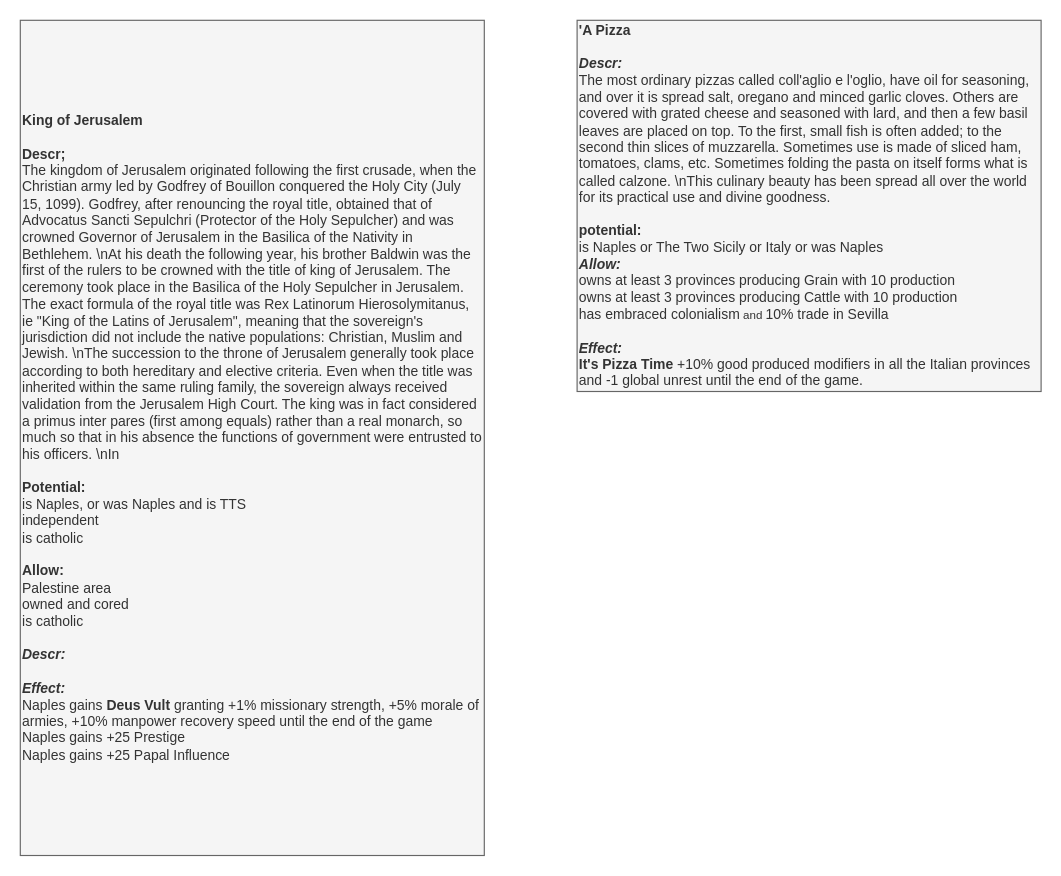
Earlier version of the draw.io diagram page "Decision" (4 of 5) of It's Pizza and Cannoli Time/It's Pizza and Cannoli Time.drawio (Melvasul/Missions-Expanded). Source tidied: cells renumbered, new cells numbered last; positions are measured from the earlier drawing's top-left corner, leaving out a move shared by most shapes. Both pictures are drawn from the tidied source at 116%, with x=0, y=0 at pixel (20, 20).
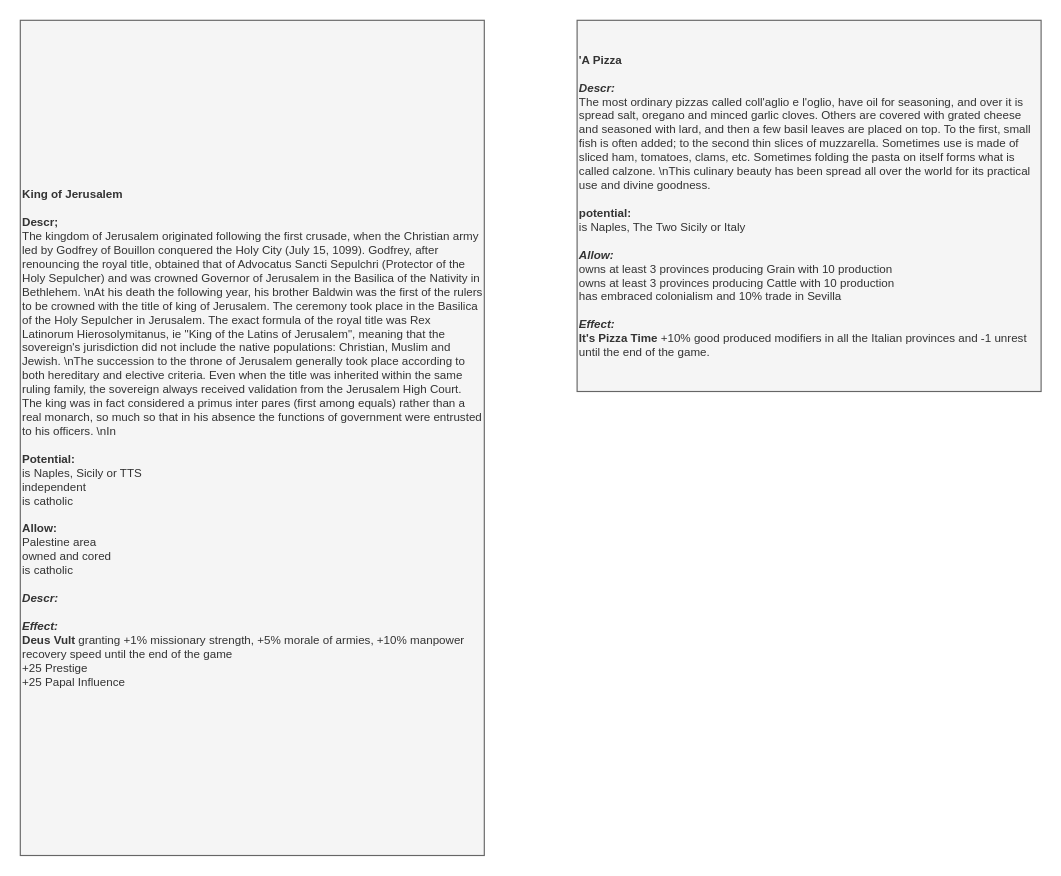
The same diagram, later.

Diff of the diagram source:
```diff
@@
 <mxGraphModel>
   <root>
     <mxCell id="0" />
     <mxCell id="1" parent="0" />
-    <mxCell id="2" value="&lt;div style=&quot;font-size: 12px&quot;&gt;&lt;b style=&quot;font-size: 12px&quot;&gt;King of Jerusalem&lt;/b&gt;&lt;/div&gt;&lt;div style=&quot;font-size: 12px&quot;&gt;&lt;b style=&quot;font-size: 12px&quot;&gt;&lt;br&gt;&lt;/b&gt;&lt;/div&gt;&lt;div style=&quot;font-size: 12px&quot;&gt;&lt;b style=&quot;font-size: 12px&quot;&gt;Descr;&lt;/b&gt;&lt;/div&gt;&lt;div style=&quot;font-size: 12px&quot;&gt;&lt;span class=&quot;tlid-translation translation&quot; lang=&quot;en&quot;&gt;The kingdom of Jerusalem originated following the first crusade, when the Christian army led by Godfrey of Bouillon conquered the Holy City (July 15, 1099). Godfrey, after renouncing the royal title, obtained that of Advocatus Sancti Sepulchri (Protector of the Holy Sepulcher) and was crowned Governor of Jerusalem in the Basilica of the Nativity in Bethlehem. \nAt his death the following year, his brother Baldwin was the first of the rulers to be crowned with the title of king of Jerusalem. The ceremony took place in the Basilica of the Holy Sepulcher in Jerusalem. The exact formula of the royal title was Rex Latinorum Hierosolymitanus, ie &quot;King of the Latins of Jerusalem&quot;, meaning that the sovereign's jurisdiction did not include the native populations: Christian, Muslim and Jewish. \nThe succession to the throne of Jerusalem generally took place according to both hereditary and elective criteria. Even when the title was inherited within the same ruling family, the sovereign always received validation from the Jerusalem High Court. The king was in fact considered a primus inter pares (first among equals) rather than a real monarch, so much so that in his absence the functions of government were entrusted to his officers. \nIn&amp;nbsp;&lt;/span&gt;&lt;b style=&quot;font-size: 12px&quot;&gt;&lt;i style=&quot;font-size: 12px&quot;&gt;&lt;br&gt;&lt;/i&gt;&lt;/b&gt;&lt;/div&gt;&lt;div style=&quot;font-size: 12px&quot;&gt;&lt;span class=&quot;tlid-translation translation&quot; lang=&quot;en&quot;&gt;&lt;br&gt;&lt;/span&gt;&lt;/div&gt;&lt;div style=&quot;font-size: 12px&quot;&gt;&lt;b style=&quot;font-size: 12px&quot;&gt;&lt;span style=&quot;font-size: 12px&quot;&gt;Potential:&lt;/span&gt;&lt;/b&gt;&lt;/div&gt;&lt;div style=&quot;font-size: 12px&quot;&gt;is Naples, or was Naples and is TTS&lt;/div&gt;&lt;div style=&quot;font-size: 12px&quot;&gt;independent&lt;/div&gt;&lt;div style=&quot;font-size: 12px&quot;&gt;is catholic&lt;/div&gt;&lt;div style=&quot;font-size: 12px&quot;&gt;&lt;br&gt;&lt;/div&gt;&lt;div style=&quot;font-size: 12px&quot;&gt;&lt;b style=&quot;font-size: 12px&quot;&gt;&lt;span style=&quot;font-size: 12px&quot;&gt;&lt;span style=&quot;font-size: 12px&quot;&gt;Allow:&lt;/span&gt;&lt;br style=&quot;font-size: 12px&quot;&gt;&lt;/span&gt;&lt;/b&gt;&lt;/div&gt;&lt;div style=&quot;font-size: 12px&quot;&gt;&lt;span&gt;Palestine area&lt;/span&gt;&lt;br&gt;&lt;/div&gt;&lt;div style=&quot;font-size: 12px&quot;&gt;&lt;span&gt;owned and cored&lt;/span&gt;&lt;/div&gt;&lt;div style=&quot;font-size: 12px&quot;&gt;&lt;span&gt;is catholic&lt;/span&gt;&lt;/div&gt;&lt;div style=&quot;font-size: 12px&quot;&gt;&lt;font style=&quot;font-size: 12px&quot;&gt;&lt;br&gt;&lt;/font&gt;&lt;/div&gt;&lt;div style=&quot;font-size: 12px&quot;&gt;&lt;i style=&quot;font-weight: 700&quot;&gt;Descr:&lt;/i&gt;&lt;br&gt;&lt;/div&gt;&lt;div style=&quot;font-size: 12px&quot;&gt;&lt;font style=&quot;font-size: 12px&quot;&gt;&lt;i style=&quot;font-weight: 700&quot;&gt;&lt;br&gt;&lt;/i&gt;&lt;/font&gt;&lt;/div&gt;&lt;div style=&quot;font-size: 12px&quot;&gt;&lt;font style=&quot;font-size: 12px&quot;&gt;&lt;b style=&quot;font-size: 12px&quot;&gt;&lt;i style=&quot;font-size: 12px&quot;&gt;Effect:&lt;/i&gt;&lt;/b&gt;&lt;/font&gt;&lt;/div&gt;&lt;div style=&quot;font-size: 12px&quot;&gt;Naples gains &lt;b&gt;Deus Vult&lt;/b&gt;&amp;nbsp;granting +1% missionary strength, +5% morale of armies, +10% manpower recovery speed until the end of the game&lt;/div&gt;&lt;div style=&quot;font-size: 12px&quot;&gt;Naples gains +25 Prestige&lt;/div&gt;&lt;div style=&quot;font-size: 12px&quot;&gt;Naples gains +25 Papal Influence&lt;/div&gt;" style="rounded=0;whiteSpace=wrap;html=1;align=left;fontSize=12;fillColor=#f5f5f5;strokeColor=#666666;fontColor=#333333;" parent="1" vertex="1">
+    <mxCell id="2" value="&lt;div style=&quot;font-size: 10px;&quot;&gt;&lt;b style=&quot;font-size: 10px;&quot;&gt;King of Jerusalem&lt;/b&gt;&lt;/div&gt;&lt;div style=&quot;font-size: 10px;&quot;&gt;&lt;b style=&quot;font-size: 10px;&quot;&gt;&lt;br style=&quot;font-size: 10px;&quot;&gt;&lt;/b&gt;&lt;/div&gt;&lt;div style=&quot;font-size: 10px;&quot;&gt;&lt;b style=&quot;font-size: 10px;&quot;&gt;Descr;&lt;/b&gt;&lt;/div&gt;&lt;div style=&quot;font-size: 10px;&quot;&gt;&lt;span class=&quot;tlid-translation translation&quot; lang=&quot;en&quot; style=&quot;font-size: 10px;&quot;&gt;The kingdom of Jerusalem originated following the first crusade, when the Christian army led by Godfrey of Bouillon conquered the Holy City (July 15, 1099). Godfrey, after renouncing the royal title, obtained that of Advocatus Sancti Sepulchri (Protector of the Holy Sepulcher) and was crowned Governor of Jerusalem in the Basilica of the Nativity in Bethlehem. \nAt his death the following year, his brother Baldwin was the first of the rulers to be crowned with the title of king of Jerusalem. The ceremony took place in the Basilica of the Holy Sepulcher in Jerusalem. The exact formula of the royal title was Rex Latinorum Hierosolymitanus, ie &quot;King of the Latins of Jerusalem&quot;, meaning that the sovereign's jurisdiction did not include the native populations: Christian, Muslim and Jewish. \nThe succession to the throne of Jerusalem generally took place according to both hereditary and elective criteria. Even when the title was inherited within the same ruling family, the sovereign always received validation from the Jerusalem High Court. The king was in fact considered a primus inter pares (first among equals) rather than a real monarch, so much so that in his absence the functions of government were entrusted to his officers. \nIn&amp;nbsp;&lt;/span&gt;&lt;b style=&quot;font-size: 10px;&quot;&gt;&lt;i style=&quot;font-size: 10px;&quot;&gt;&lt;br style=&quot;font-size: 10px;&quot;&gt;&lt;/i&gt;&lt;/b&gt;&lt;/div&gt;&lt;div style=&quot;font-size: 10px;&quot;&gt;&lt;span class=&quot;tlid-translation translation&quot; lang=&quot;en&quot; style=&quot;font-size: 10px;&quot;&gt;&lt;br style=&quot;font-size: 10px;&quot;&gt;&lt;/span&gt;&lt;/div&gt;&lt;div style=&quot;font-size: 10px;&quot;&gt;&lt;b style=&quot;font-size: 10px;&quot;&gt;&lt;span style=&quot;font-size: 10px;&quot;&gt;Potential:&lt;/span&gt;&lt;/b&gt;&lt;/div&gt;&lt;div style=&quot;font-size: 10px;&quot;&gt;is Naples, Sicily or TTS&lt;/div&gt;&lt;div style=&quot;font-size: 10px;&quot;&gt;independent&lt;/div&gt;&lt;div style=&quot;font-size: 10px;&quot;&gt;is catholic&lt;/div&gt;&lt;div style=&quot;font-size: 10px;&quot;&gt;&lt;br style=&quot;font-size: 10px;&quot;&gt;&lt;/div&gt;&lt;div style=&quot;font-size: 10px;&quot;&gt;&lt;b style=&quot;font-size: 10px;&quot;&gt;&lt;span style=&quot;font-size: 10px;&quot;&gt;&lt;span style=&quot;font-size: 10px;&quot;&gt;Allow:&lt;/span&gt;&lt;br style=&quot;font-size: 10px;&quot;&gt;&lt;/span&gt;&lt;/b&gt;&lt;/div&gt;&lt;div style=&quot;font-size: 10px;&quot;&gt;&lt;span style=&quot;font-size: 10px;&quot;&gt;Palestine area&lt;/span&gt;&lt;br style=&quot;font-size: 10px;&quot;&gt;&lt;/div&gt;&lt;div style=&quot;font-size: 10px;&quot;&gt;&lt;span style=&quot;font-size: 10px;&quot;&gt;owned and cored&lt;/span&gt;&lt;/div&gt;&lt;div style=&quot;font-size: 10px;&quot;&gt;&lt;span style=&quot;font-size: 10px;&quot;&gt;is catholic&lt;/span&gt;&lt;/div&gt;&lt;div style=&quot;font-size: 10px;&quot;&gt;&lt;font style=&quot;font-size: 10px;&quot;&gt;&lt;br style=&quot;font-size: 10px;&quot;&gt;&lt;/font&gt;&lt;/div&gt;&lt;div style=&quot;font-size: 10px;&quot;&gt;&lt;i style=&quot;font-weight: 700; font-size: 10px;&quot;&gt;Descr:&lt;/i&gt;&lt;br style=&quot;font-size: 10px;&quot;&gt;&lt;/div&gt;&lt;div style=&quot;font-size: 10px;&quot;&gt;&lt;font style=&quot;font-size: 10px;&quot;&gt;&lt;i style=&quot;font-weight: 700; font-size: 10px;&quot;&gt;&lt;br style=&quot;font-size: 10px;&quot;&gt;&lt;/i&gt;&lt;/font&gt;&lt;/div&gt;&lt;div style=&quot;font-size: 10px;&quot;&gt;&lt;font style=&quot;font-size: 10px;&quot;&gt;&lt;b style=&quot;font-size: 10px;&quot;&gt;&lt;i style=&quot;font-size: 10px;&quot;&gt;Effect:&lt;/i&gt;&lt;/b&gt;&lt;/font&gt;&lt;/div&gt;&lt;div style=&quot;font-size: 10px;&quot;&gt;&lt;b style=&quot;font-size: 10px;&quot;&gt;Deus Vult&lt;/b&gt;&amp;nbsp;granting +1% missionary strength, +5% morale of armies, +10% manpower recovery speed until the end of the game&lt;/div&gt;&lt;div style=&quot;font-size: 10px;&quot;&gt;+25 Prestige&lt;/div&gt;&lt;div style=&quot;font-size: 10px;&quot;&gt;+25 Papal Influence&lt;/div&gt;" style="rounded=0;whiteSpace=wrap;html=1;align=left;fontSize=10;fillColor=#f5f5f5;strokeColor=#666666;fontColor=#333333;" parent="1" vertex="1">
       <mxGeometry width="400" height="720" as="geometry" />
     </mxCell>
-    <mxCell id="3" value="&lt;div align=&quot;left&quot;&gt;&lt;b&gt;'A Pizza&lt;/b&gt;&lt;br&gt;&lt;/div&gt;&lt;div style=&quot;font-size: 12px&quot; align=&quot;left&quot;&gt;&lt;b&gt;&lt;br&gt;&lt;/b&gt;&lt;/div&gt;&lt;div style=&quot;font-size: 12px&quot; align=&quot;left&quot;&gt;&lt;font style=&quot;font-size: 12px&quot;&gt;&lt;span style=&quot;font-size: 12px&quot;&gt;&lt;font style=&quot;font-size: 12px&quot;&gt;&lt;i style=&quot;font-size: 12px&quot;&gt;&lt;b style=&quot;font-size: 12px&quot;&gt;Descr:&lt;/b&gt;&lt;/i&gt;&lt;/font&gt;&lt;/span&gt;&lt;/font&gt;&lt;/div&gt;&lt;div align=&quot;left&quot;&gt;&lt;div align=&quot;left&quot;&gt;The most ordinary pizzas called coll'aglio e l'oglio, have oil for seasoning, and over it is spread salt, oregano and minced garlic cloves. Others are covered with grated cheese and seasoned with lard, and then a few basil leaves are placed on top. To the first, small fish is often added; to the second thin slices of muzzarella. Sometimes use is made of sliced ham, tomatoes, clams, etc. Sometimes folding the pasta on itself forms what is called calzone. \nThis culinary beauty has been spread all over the world for its practical use and divine goodness.&lt;br&gt;&lt;/div&gt;&lt;div align=&quot;left&quot;&gt;&lt;br&gt;&lt;/div&gt;&lt;div align=&quot;left&quot; style=&quot;font-size: 12px&quot;&gt;&lt;b&gt;potential:&lt;/b&gt;&lt;/div&gt;&lt;div align=&quot;left&quot; style=&quot;font-size: 12px&quot;&gt;is Naples or The Two Sicily or Italy or was Naples&lt;/div&gt;&lt;/div&gt;&lt;div style=&quot;font-size: 12px&quot; align=&quot;left&quot;&gt;&lt;font style=&quot;font-size: 12px&quot;&gt;&lt;b style=&quot;font-size: 12px&quot;&gt;&lt;i style=&quot;font-size: 12px&quot;&gt;Allow:&lt;/i&gt;&lt;/b&gt;&lt;/font&gt;&lt;/div&gt;&lt;div style=&quot;font-size: 12px&quot; align=&quot;left&quot;&gt;owns at least 3 provinces producing Grain with 10 production&lt;/div&gt;&lt;div style=&quot;font-size: 12px&quot; align=&quot;left&quot;&gt;owns at least 3 provinces producing Cattle&amp;nbsp;with 10 production&lt;/div&gt;&lt;div align=&quot;left&quot;&gt;&lt;span style=&quot;font-size: 12px&quot;&gt;has embraced colonialism&lt;/span&gt;&lt;span style=&quot;font-size: 10px&quot;&gt;&amp;nbsp;and&amp;nbsp;&lt;/span&gt;&lt;span style=&quot;font-size: 12px&quot;&gt;10% trade in Sevilla&lt;/span&gt;&lt;/div&gt;&lt;div style=&quot;font-size: 12px&quot; align=&quot;left&quot;&gt;&lt;br&gt;&lt;/div&gt;&lt;div style=&quot;font-size: 12px&quot; align=&quot;left&quot;&gt;&lt;font style=&quot;font-size: 12px&quot;&gt;&lt;font style=&quot;font-size: 12px&quot;&gt;&lt;b style=&quot;font-size: 12px&quot;&gt;&lt;i style=&quot;font-size: 12px&quot;&gt;Effect:&lt;/i&gt;&lt;/b&gt;&lt;/font&gt;&lt;/font&gt;&lt;/div&gt;&lt;div style=&quot;font-size: 12px&quot; align=&quot;left&quot;&gt;&lt;b style=&quot;font-size: 12px&quot;&gt;It's Pizza Time&amp;nbsp;&lt;/b&gt;+&lt;span style=&quot;font-size: 12px&quot;&gt;10% good produced modifiers in all the Italian provinces and -1 global unrest until the end of the game.&lt;/span&gt;&lt;/div&gt;" style="rounded=0;whiteSpace=wrap;html=1;align=left;fontSize=12;fillColor=#f5f5f5;strokeColor=#666666;fontColor=#333333;" parent="1" vertex="1">
+    <mxCell id="3" value="&lt;div align=&quot;left&quot; style=&quot;font-size: 10px;&quot;&gt;&lt;b style=&quot;font-size: 10px;&quot;&gt;'A Pizza&lt;/b&gt;&lt;br style=&quot;font-size: 10px;&quot;&gt;&lt;/div&gt;&lt;div style=&quot;font-size: 10px;&quot; align=&quot;left&quot;&gt;&lt;b style=&quot;font-size: 10px;&quot;&gt;&lt;br style=&quot;font-size: 10px;&quot;&gt;&lt;/b&gt;&lt;/div&gt;&lt;div style=&quot;font-size: 10px;&quot; align=&quot;left&quot;&gt;&lt;font style=&quot;font-size: 10px;&quot;&gt;&lt;span style=&quot;font-size: 10px;&quot;&gt;&lt;font style=&quot;font-size: 10px;&quot;&gt;&lt;i style=&quot;font-size: 10px;&quot;&gt;&lt;b style=&quot;font-size: 10px;&quot;&gt;Descr:&lt;/b&gt;&lt;/i&gt;&lt;/font&gt;&lt;/span&gt;&lt;/font&gt;&lt;/div&gt;&lt;div align=&quot;left&quot; style=&quot;font-size: 10px;&quot;&gt;&lt;div align=&quot;left&quot; style=&quot;font-size: 10px;&quot;&gt;The most ordinary pizzas called coll'aglio e l'oglio, have oil for seasoning, and over it is spread salt, oregano and minced garlic cloves. Others are covered with grated cheese and seasoned with lard, and then a few basil leaves are placed on top. To the first, small fish is often added; to the second thin slices of muzzarella. Sometimes use is made of sliced ham, tomatoes, clams, etc. Sometimes folding the pasta on itself forms what is called calzone. \nThis culinary beauty has been spread all over the world for its practical use and divine goodness.&lt;br style=&quot;font-size: 10px;&quot;&gt;&lt;/div&gt;&lt;div align=&quot;left&quot; style=&quot;font-size: 10px;&quot;&gt;&lt;br style=&quot;font-size: 10px;&quot;&gt;&lt;/div&gt;&lt;div align=&quot;left&quot; style=&quot;font-size: 10px;&quot;&gt;&lt;b style=&quot;font-size: 10px;&quot;&gt;potential:&lt;/b&gt;&lt;/div&gt;&lt;div align=&quot;left&quot; style=&quot;font-size: 10px;&quot;&gt;is Naples, The Two Sicily or Italy&lt;/div&gt;&lt;div align=&quot;left&quot; style=&quot;font-size: 10px;&quot;&gt;&lt;br style=&quot;font-size: 10px;&quot;&gt;&lt;/div&gt;&lt;/div&gt;&lt;div style=&quot;font-size: 10px;&quot; align=&quot;left&quot;&gt;&lt;font style=&quot;font-size: 10px;&quot;&gt;&lt;b style=&quot;font-size: 10px;&quot;&gt;&lt;i style=&quot;font-size: 10px;&quot;&gt;Allow:&lt;/i&gt;&lt;/b&gt;&lt;/font&gt;&lt;/div&gt;&lt;div style=&quot;font-size: 10px;&quot; align=&quot;left&quot;&gt;owns at least 3 provinces producing Grain with 10 production&lt;/div&gt;&lt;div style=&quot;font-size: 10px;&quot; align=&quot;left&quot;&gt;owns at least 3 provinces producing Cattle&amp;nbsp;with 10 production&lt;/div&gt;&lt;div align=&quot;left&quot; style=&quot;font-size: 10px;&quot;&gt;&lt;span style=&quot;font-size: 10px;&quot;&gt;has embraced colonialism&lt;/span&gt;&lt;span style=&quot;font-size: 10px;&quot;&gt;&amp;nbsp;and&amp;nbsp;&lt;/span&gt;&lt;span style=&quot;font-size: 10px;&quot;&gt;10% trade in Sevilla&lt;/span&gt;&lt;/div&gt;&lt;div style=&quot;font-size: 10px;&quot; align=&quot;left&quot;&gt;&lt;br style=&quot;font-size: 10px;&quot;&gt;&lt;/div&gt;&lt;div style=&quot;font-size: 10px;&quot; align=&quot;left&quot;&gt;&lt;font style=&quot;font-size: 10px;&quot;&gt;&lt;font style=&quot;font-size: 10px;&quot;&gt;&lt;b style=&quot;font-size: 10px;&quot;&gt;&lt;i style=&quot;font-size: 10px;&quot;&gt;Effect:&lt;/i&gt;&lt;/b&gt;&lt;/font&gt;&lt;/font&gt;&lt;/div&gt;&lt;div style=&quot;font-size: 10px;&quot; align=&quot;left&quot;&gt;&lt;b style=&quot;font-size: 10px;&quot;&gt;It's Pizza Time&amp;nbsp;&lt;/b&gt;+&lt;span style=&quot;font-size: 10px;&quot;&gt;10% good produced modifiers in all the Italian provinces and -1 unrest until the end of the game.&lt;/span&gt;&lt;/div&gt;" style="rounded=0;whiteSpace=wrap;html=1;align=left;fontSize=10;fillColor=#f5f5f5;strokeColor=#666666;fontColor=#333333;" parent="1" vertex="1">
       <mxGeometry x="480" width="400" height="320" as="geometry" />
     </mxCell>
   </root>
 </mxGraphModel>
```
